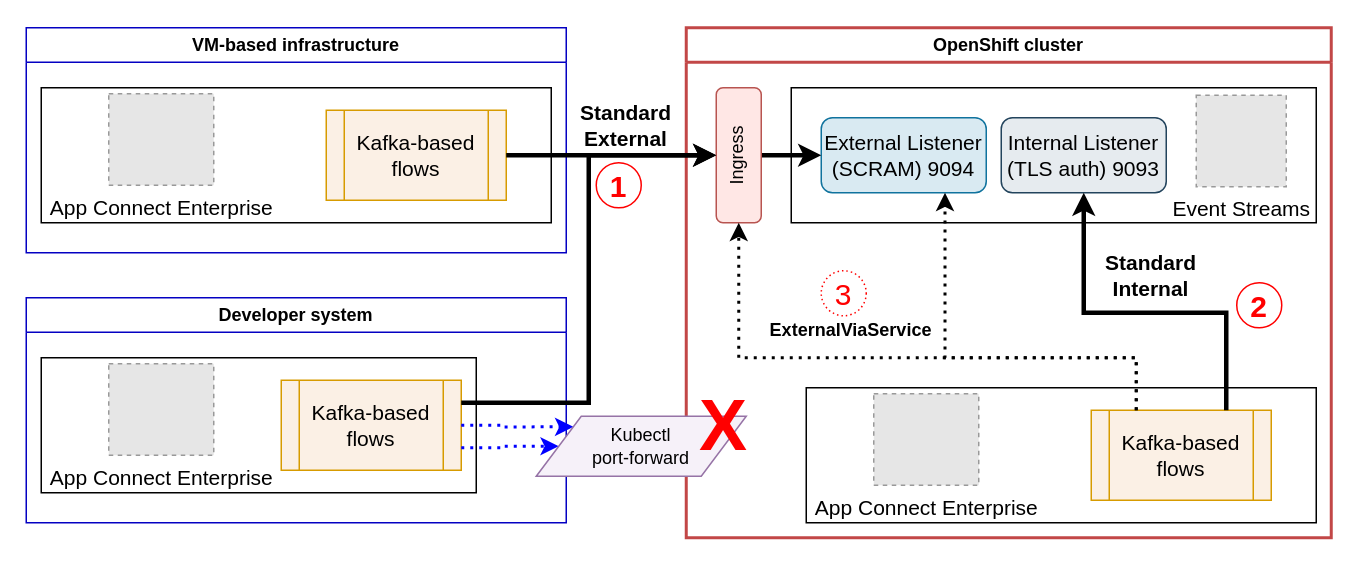
Above: demo-infrastructure/images/ace-and-es-cp4i-dark.drawio in trevor-dolby-at-ibm-com/ace-kafka-es (draw.io), before the change. Source tidied: cells renumbered, new cells numbered last; positions are measured from the earlier drawing's top-left corner, leaving out a move shared by most shapes. Both pictures are drawn from the tidied source at 150%, with x=0, y=0 at pixel (26, 27). Pictures stored in the file or linked from it are replaced by grey dashed boxes.
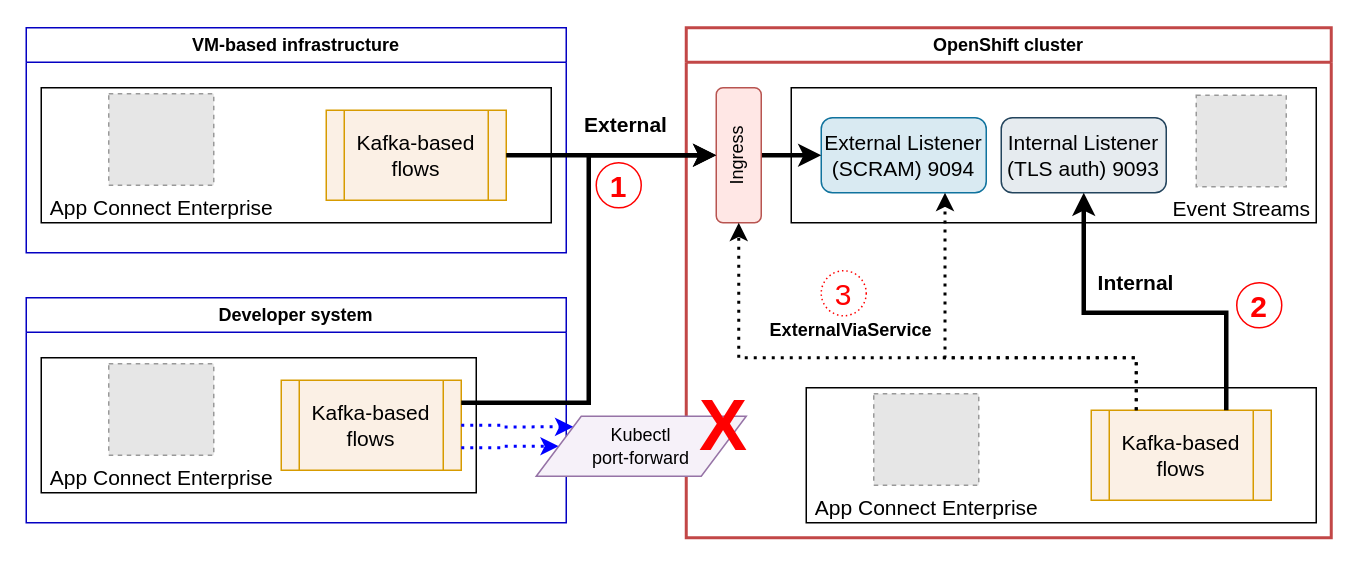
Above is the later version.

Unchanged cells that the change refers to:
```xml
<mxCell id="3" value="OpenShift cluster" style="swimlane;whiteSpace=wrap;html=1;swimlaneFillColor=default;strokeColor=#C24747;strokeWidth=2;" parent="1" vertex="1">
  <mxGeometry x="440" width="430" height="340" as="geometry" />
</mxCell>
```

The edit, as a diff of the source:
```diff
@@
-    <mxCell id="2" value="&lt;b&gt;&lt;font style=&quot;font-size: 14px;&quot;&gt;Standard External&lt;/font&gt;&lt;/b&gt;" style="text;html=1;align=center;verticalAlign=middle;whiteSpace=wrap;rounded=0;" parent="1" vertex="1">
+    <mxCell id="2" value="&lt;b&gt;&lt;font style=&quot;font-size: 14px;&quot;&gt;External&lt;/font&gt;&lt;/b&gt;" style="text;html=1;align=center;verticalAlign=middle;whiteSpace=wrap;rounded=0;" parent="1" vertex="1">
       <mxGeometry x="370" y="50" width="60" height="30" as="geometry" />
     </mxCell>
@@
-    <mxCell id="15" value="&lt;b&gt;&lt;font style=&quot;font-size: 14px;&quot;&gt;Standard Internal&lt;/font&gt;&lt;/b&gt;" style="text;html=1;align=center;verticalAlign=middle;whiteSpace=wrap;rounded=0;" parent="3" vertex="1">
-      <mxGeometry x="280" y="150" width="60" height="30" as="geometry" />
+    <mxCell id="15" value="&lt;b&gt;&lt;font style=&quot;font-size: 14px;&quot;&gt;Internal&lt;/font&gt;&lt;/b&gt;" style="text;html=1;align=center;verticalAlign=middle;whiteSpace=wrap;rounded=0;" parent="3" vertex="1">
+      <mxGeometry x="270" y="155" width="60" height="30" as="geometry" />
     </mxCell>
```
